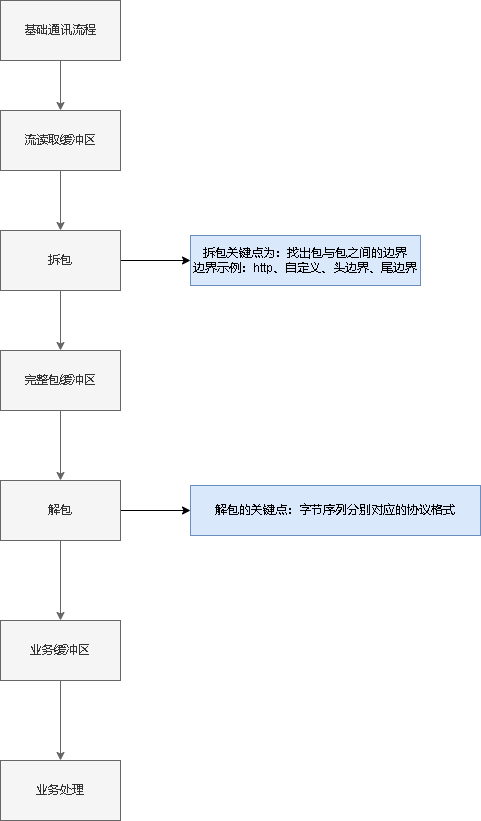
The draw.io diagram cgo8_通讯设计.drawio.png in xktder/draw, before a commit. Source tidied: cells renumbered, new cells last; positions are measured from the earlier drawing's top-left corner, leaving out a move shared by most shapes.
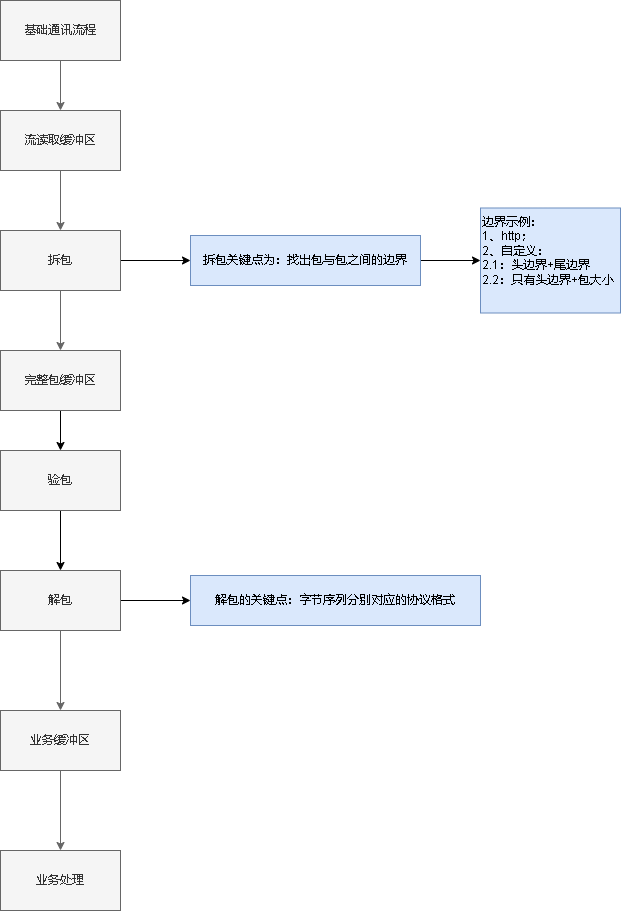
After the commit.

Commit message:
更新cgo8_通讯设计.drawio.png

The edit, as a diff of the source:
```diff
@@ -23,9 +23,9 @@
     <mxCell id="8" value="拆包" style="whiteSpace=wrap;html=1;rounded=0;fillColor=#f5f5f5;fontColor=#333333;strokeColor=#666666;" parent="1" vertex="1">
       <mxGeometry y="230" width="120" height="60" as="geometry" />
     </mxCell>
-    <mxCell id="9" style="edgeStyle=orthogonalEdgeStyle;rounded=0;jettySize=auto;html=1;fillColor=#f5f5f5;strokeColor=#666666;" parent="1" edge="1" source="10" target="13">
-      <mxGeometry relative="1" as="geometry" />
-    </mxCell>
+    <mxCell id="19" style="edgeStyle=orthogonalEdgeStyle;rounded=0;jettySize=auto;html=1;" parent="1" edge="1" source="10" target="23">
+      <mxGeometry relative="1" as="geometry" />
+    </mxCell>
     <mxCell id="10" value="完整包缓冲区" style="whiteSpace=wrap;html=1;rounded=0;fillColor=#f5f5f5;fontColor=#333333;strokeColor=#666666;" parent="1" vertex="1">
       <mxGeometry y="350" width="120" height="60" as="geometry" />
     </mxCell>
@@ -36,22 +36,34 @@
       <mxGeometry relative="1" as="geometry" />
     </mxCell>
     <mxCell id="13" value="解包" style="whiteSpace=wrap;html=1;rounded=0;fillColor=#f5f5f5;fontColor=#333333;strokeColor=#666666;" parent="1" vertex="1">
-      <mxGeometry y="480" width="120" height="60" as="geometry" />
+      <mxGeometry y="570" width="120" height="60" as="geometry" />
     </mxCell>
+    <mxCell id="20" style="edgeStyle=orthogonalEdgeStyle;rounded=0;jettySize=auto;html=1;" parent="1" edge="1" source="14" target="21">
+      <mxGeometry relative="1" as="geometry" />
+    </mxCell>
-    <mxCell id="14" value="拆包关键点为：找出包与包之间的边界&lt;br&gt;边界示例：http、自定义、头边界、尾边界" style="whiteSpace=wrap;html=1;rounded=0;fillColor=#dae8fc;strokeColor=#6c8ebf;" parent="1" vertex="1">
+    <mxCell id="14" value="拆包关键点为：找出包与包之间的边界&lt;br&gt;" style="whiteSpace=wrap;html=1;rounded=0;fillColor=#dae8fc;strokeColor=#6c8ebf;" parent="1" vertex="1">
       <mxGeometry x="190" y="235" width="230" height="50" as="geometry" />
     </mxCell>
     <mxCell id="15" style="edgeStyle=orthogonalEdgeStyle;rounded=0;jettySize=auto;html=1;fillColor=#f5f5f5;strokeColor=#666666;" parent="1" edge="1" source="16" target="17">
       <mxGeometry relative="1" as="geometry" />
     </mxCell>
     <mxCell id="16" value="业务缓冲区" style="whiteSpace=wrap;html=1;rounded=0;fillColor=#f5f5f5;fontColor=#333333;strokeColor=#666666;" parent="1" vertex="1">
-      <mxGeometry y="620" width="120" height="60" as="geometry" />
+      <mxGeometry y="710" width="120" height="60" as="geometry" />
     </mxCell>
     <mxCell id="17" value="业务处理" style="whiteSpace=wrap;html=1;rounded=0;fillColor=#f5f5f5;fontColor=#333333;strokeColor=#666666;" parent="1" vertex="1">
-      <mxGeometry y="760" width="120" height="60" as="geometry" />
+      <mxGeometry y="850" width="120" height="60" as="geometry" />
     </mxCell>
     <mxCell id="18" value="解包的关键点：字节序列分别对应的协议格式" style="whiteSpace=wrap;html=1;rounded=0;fillColor=#dae8fc;strokeColor=#6c8ebf;" parent="1" vertex="1">
-      <mxGeometry x="190" y="485" width="290" height="50" as="geometry" />
+      <mxGeometry x="190" y="575" width="290" height="50" as="geometry" />
     </mxCell>
+    <mxCell id="21" value="边界示例：&lt;br&gt;1、http；&lt;br&gt;2、自定义：&lt;br&gt;2.1：头边界+尾边界&lt;br&gt;2.2：只有头边界+包大小" style="whiteSpace=wrap;html=1;fillColor=#dae8fc;strokeColor=#6c8ebf;rounded=0;align=left;verticalAlign=top;" parent="1" vertex="1">
+      <mxGeometry x="480" y="207.5" width="140" height="105" as="geometry" />
+    </mxCell>
+    <mxCell id="22" style="edgeStyle=orthogonalEdgeStyle;rounded=0;jettySize=auto;html=1;" parent="1" edge="1" source="23" target="13">
+      <mxGeometry relative="1" as="geometry" />
+    </mxCell>
+    <mxCell id="23" value="验包" style="whiteSpace=wrap;html=1;rounded=0;fillColor=#f5f5f5;fontColor=#333333;strokeColor=#666666;" parent="1" vertex="1">
+      <mxGeometry y="450" width="120" height="60" as="geometry" />
+    </mxCell>
   </root>
 </mxGraphModel>
```
